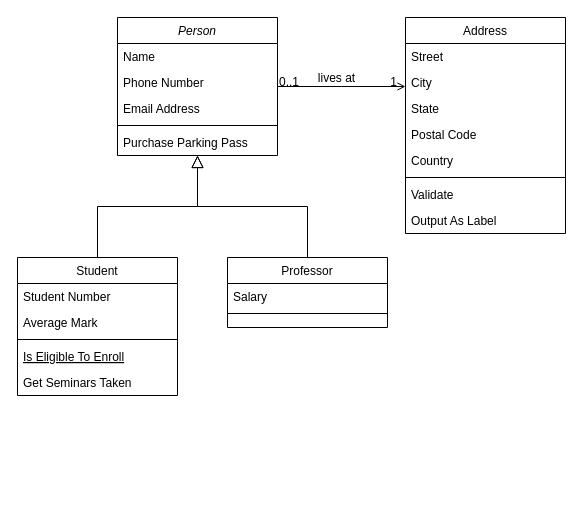
Earlier version of the draw.io diagram src/ru/mirea/task16/Untitled Diagram.drawio (Quasarrrt/JavaFirstMirea). Source tidied: cells renumbered, new cells numbered last; positions are measured from the earlier drawing's top-left corner, leaving out a move shared by most shapes. Both pictures are drawn from the tidied source at 100%, with x=0, y=0 at pixel (17, 17).
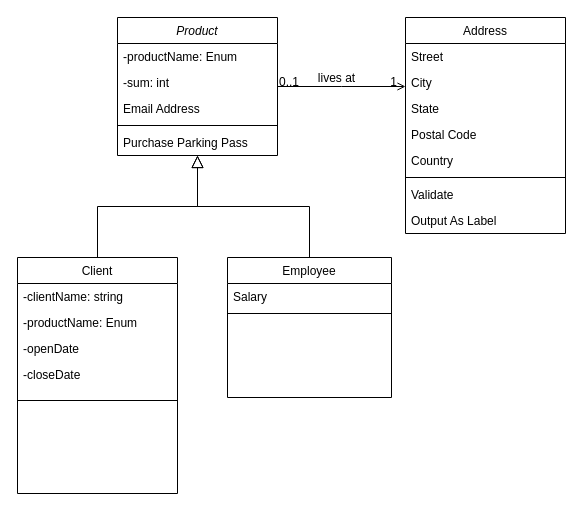
Above is the later version.

What changed in the source:
```diff
@@
-    <mxCell id="2" value="Person" style="swimlane;fontStyle=2;align=center;verticalAlign=top;horizontal=1;startSize=26;rounded=0;shadow=0;strokeWidth=1;" parent="1" vertex="1">
+    <mxCell id="2" value="Product" style="swimlane;fontStyle=2;align=center;verticalAlign=top;horizontal=1;startSize=26;rounded=0;shadow=0;strokeWidth=1;" parent="1" vertex="1">
       <mxGeometry x="100" width="160" height="138" as="geometry" />
     </mxCell>
-    <mxCell id="3" value="Name" style="text;align=left;verticalAlign=top;spacingLeft=4;spacingRight=4;overflow=hidden;" parent="2" vertex="1">
+    <mxCell id="3" value="-productName: Enum" style="text;align=left;verticalAlign=top;spacingLeft=4;spacingRight=4;overflow=hidden;" parent="2" vertex="1">
       <mxGeometry y="26" width="160" height="26" as="geometry" />
     </mxCell>
-    <mxCell id="4" value="Phone Number" style="text;align=left;verticalAlign=top;spacingLeft=4;spacingRight=4;overflow=hidden;rounded=0;shadow=0;html=0;" parent="2" vertex="1">
+    <mxCell id="4" value="-sum: int" style="text;align=left;verticalAlign=top;spacingLeft=4;spacingRight=4;overflow=hidden;rounded=0;shadow=0;html=0;" parent="2" vertex="1">
       <mxGeometry y="52" width="160" height="26" as="geometry" />
     </mxCell>
@@
-    <mxCell id="8" value="Student" style="swimlane;fontStyle=0;align=center;verticalAlign=top;horizontal=1;startSize=26;rounded=0;shadow=0;strokeWidth=1;" parent="1" vertex="1">
-      <mxGeometry y="240" width="160" height="138" as="geometry" />
+    <mxCell id="8" value="Client" style="swimlane;fontStyle=0;align=center;verticalAlign=top;horizontal=1;startSize=26;rounded=0;shadow=0;strokeWidth=1;" parent="1" vertex="1">
+      <mxGeometry y="240" width="160" height="236" as="geometry" />
     </mxCell>
-    <mxCell id="9" value="Student Number" style="text;align=left;verticalAlign=top;spacingLeft=4;spacingRight=4;overflow=hidden;" parent="8" vertex="1">
+    <mxCell id="9" value="-clientName: string" style="text;align=left;verticalAlign=top;spacingLeft=4;spacingRight=4;overflow=hidden;" parent="8" vertex="1">
       <mxGeometry y="26" width="160" height="26" as="geometry" />
     </mxCell>
-    <mxCell id="10" value="Average Mark" style="text;align=left;verticalAlign=top;spacingLeft=4;spacingRight=4;overflow=hidden;rounded=0;shadow=0;html=0;" parent="8" vertex="1">
+    <mxCell id="10" value="-productName: Enum" style="text;align=left;verticalAlign=top;spacingLeft=4;spacingRight=4;overflow=hidden;rounded=0;shadow=0;html=0;" parent="8" vertex="1">
       <mxGeometry y="52" width="160" height="26" as="geometry" />
     </mxCell>
-    <mxCell id="11" style="line;html=1;strokeWidth=1;align=left;verticalAlign=middle;spacingTop=-1;spacingLeft=3;spacingRight=3;labelPosition=right;" parent="8" vertex="1">
-      <mxGeometry y="78" width="160" height="8" as="geometry" />
-    </mxCell>
-    <mxCell id="12" value="Is Eligible To Enroll" style="text;align=left;verticalAlign=top;spacingLeft=4;spacingRight=4;overflow=hidden;fontStyle=4;" parent="8" vertex="1">
-      <mxGeometry y="86" width="160" height="26" as="geometry" />
+    <mxCell id="12" value="-openDate" style="text;align=left;verticalAlign=top;spacingLeft=4;spacingRight=4;overflow=hidden;fontStyle=0;" parent="8" vertex="1">
+      <mxGeometry y="78" width="160" height="26" as="geometry" />
     </mxCell>
-    <mxCell id="13" value="Get Seminars Taken" style="text;align=left;verticalAlign=top;spacingLeft=4;spacingRight=4;overflow=hidden;" parent="8" vertex="1">
-      <mxGeometry y="112" width="160" height="26" as="geometry" />
+    <mxCell id="13" value="-closeDate" style="text;align=left;verticalAlign=top;spacingLeft=4;spacingRight=4;overflow=hidden;" parent="8" vertex="1">
+      <mxGeometry y="104" width="160" height="26" as="geometry" />
     </mxCell>
+    <mxCell id="11" style="line;html=1;strokeWidth=1;align=left;verticalAlign=middle;spacingTop=-1;spacingLeft=3;spacingRight=3;labelPosition=right;" parent="8" vertex="1">
+      <mxGeometry y="130" width="160" height="26" as="geometry" />
+    </mxCell>
@@
-    <mxCell id="15" value="Professor" style="swimlane;fontStyle=0;align=center;verticalAlign=top;horizontal=1;startSize=26;rounded=0;shadow=0;strokeWidth=1;" parent="1" vertex="1">
-      <mxGeometry x="210" y="240" width="160" height="70" as="geometry" />
+    <mxCell id="15" value="Employee" style="swimlane;fontStyle=0;align=center;verticalAlign=top;horizontal=1;startSize=26;rounded=0;shadow=0;strokeWidth=1;" parent="1" vertex="1">
+      <mxGeometry x="210" y="240" width="164" height="140" as="geometry" />
     </mxCell>
     <mxCell id="16" value="Salary" style="text;align=left;verticalAlign=top;spacingLeft=4;spacingRight=4;overflow=hidden;" parent="15" vertex="1">
-      <mxGeometry y="26" width="160" height="26" as="geometry" />
+      <mxGeometry y="26" width="164" height="26" as="geometry" />
     </mxCell>
     <mxCell id="17" style="line;html=1;strokeWidth=1;align=left;verticalAlign=middle;spacingTop=-1;spacingLeft=3;spacingRight=3;labelPosition=right;" parent="15" vertex="1">
-      <mxGeometry y="52" width="160" height="8" as="geometry" />
+      <mxGeometry y="52" width="164" height="8" as="geometry" />
     </mxCell>
```
